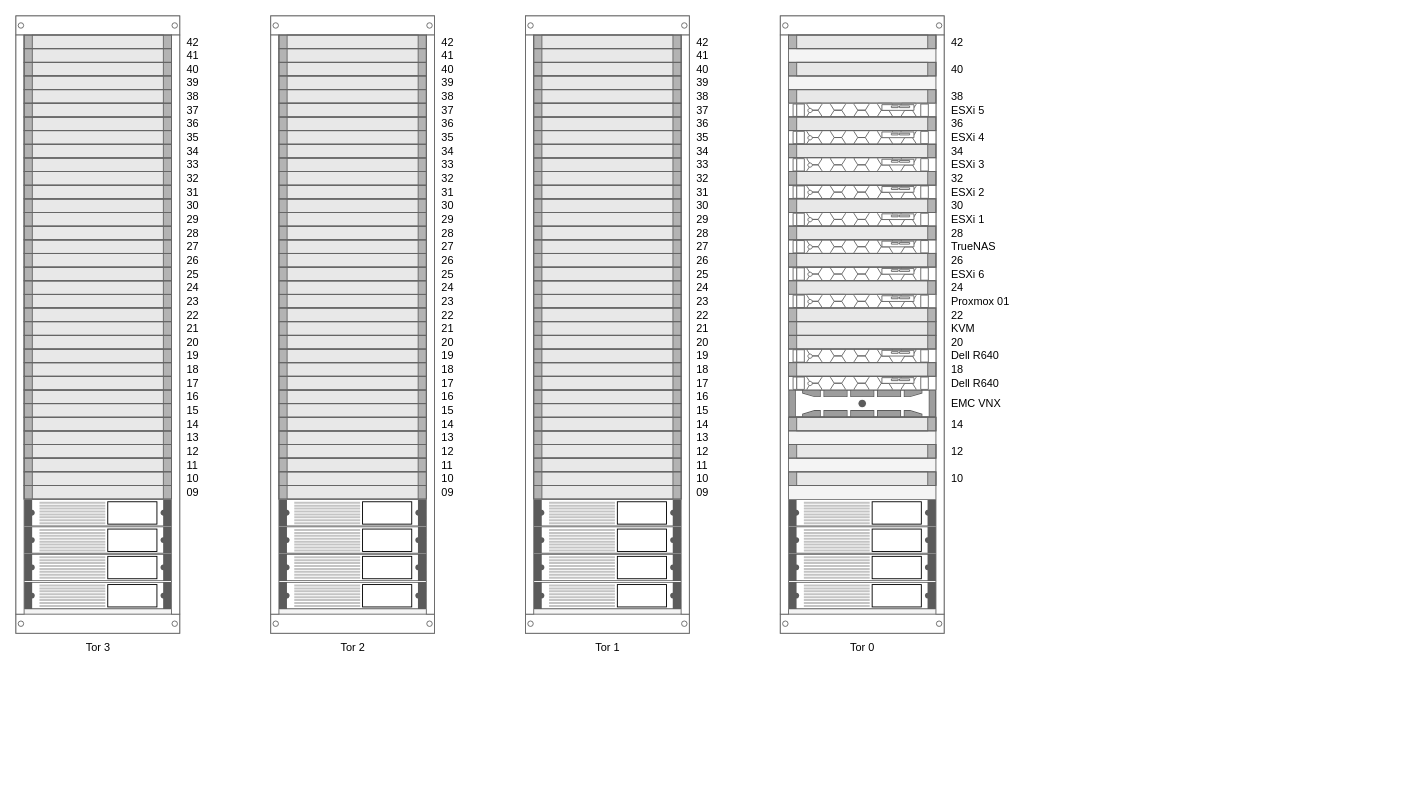
Earlier version of the draw.io diagram siteCultura.drawio (incognia/Cultura). Source tidied: cells renumbered, new cells numbered last; positions are measured from the earlier drawing's top-left corner, leaving out a move shared by most shapes. Both pictures are drawn from the tidied source at 91%, with x=0, y=0 at pixel (15, 15).
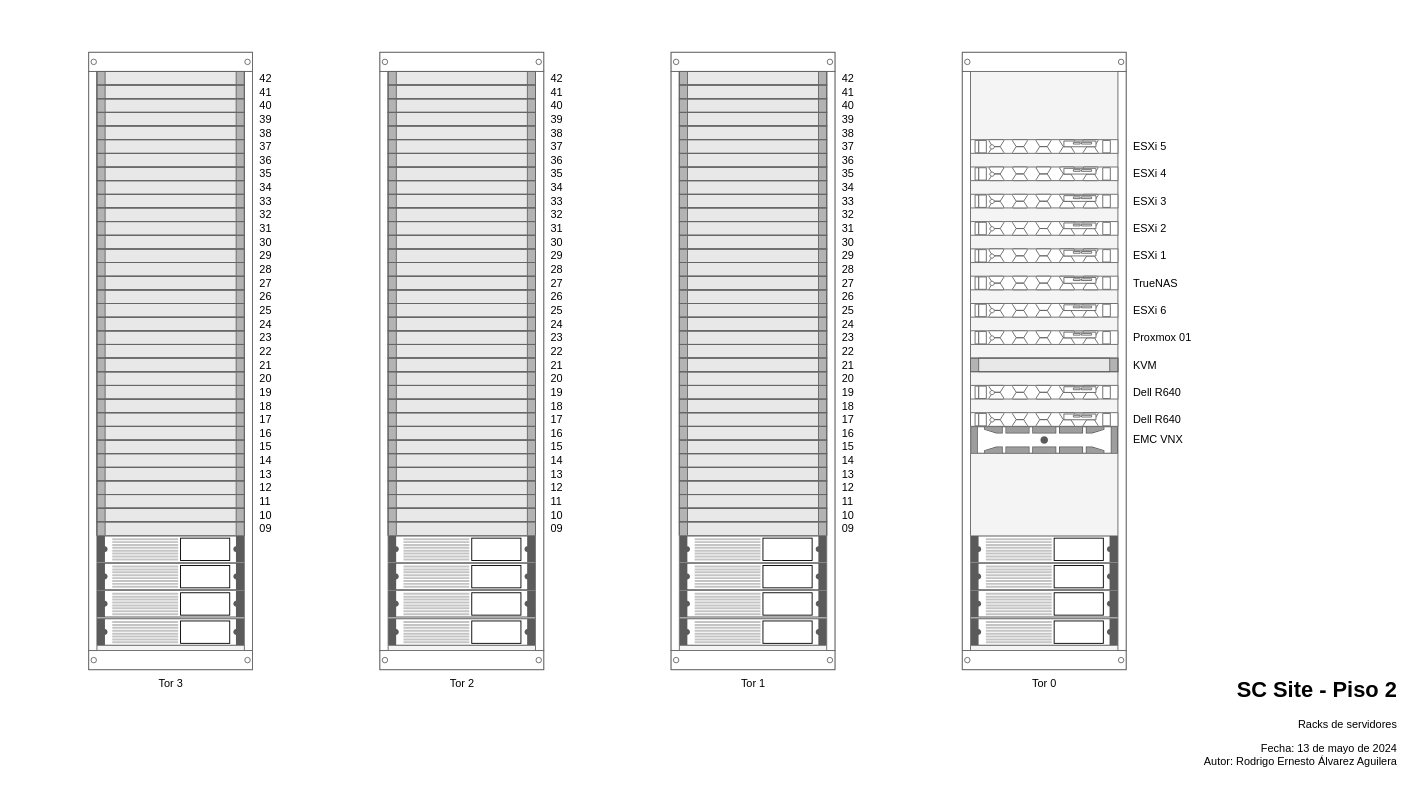
Above is the later version.

Change to the diagram source:
```diff
@@
     <mxCell id="2" value="Tor 3" style="strokeColor=#666666;html=1;verticalLabelPosition=bottom;labelBackgroundColor=#ffffff;verticalAlign=top;shadow=0;dashed=0;shape=mxgraph.rackGeneral.rackCabinet3;fillColor2=#f4f4f4;allowGaps=1;textColor=#666666;numDisp=off;" parent="1" vertex="1">
-      <mxGeometry width="180" height="680" as="geometry" />
+      <mxGeometry x="80" y="40" width="180" height="680" as="geometry" />
     </mxCell>
@@
     <mxCell id="41" value="Tor 2" style="strokeColor=#666666;html=1;verticalLabelPosition=bottom;labelBackgroundColor=#ffffff;verticalAlign=top;shadow=0;dashed=0;shape=mxgraph.rackGeneral.rackCabinet3;fillColor2=#f4f4f4;allowGaps=1;textColor=#666666;numDisp=off;" parent="1" vertex="1">
-      <mxGeometry x="280" width="180" height="680" as="geometry" />
+      <mxGeometry x="400" y="40" width="180" height="680" as="geometry" />
     </mxCell>
@@
     <mxCell id="80" value="Tor 1" style="strokeColor=#666666;html=1;verticalLabelPosition=bottom;labelBackgroundColor=#ffffff;verticalAlign=top;shadow=0;dashed=0;shape=mxgraph.rackGeneral.rackCabinet3;fillColor2=#f4f4f4;allowGaps=1;textColor=#666666;numDisp=off;" parent="1" vertex="1">
-      <mxGeometry x="560" width="180" height="680" as="geometry" />
+      <mxGeometry x="720" y="40" width="180" height="680" as="geometry" />
     </mxCell>
@@
     <mxCell id="119" value="Tor 0" style="strokeColor=#666666;html=1;verticalLabelPosition=bottom;labelBackgroundColor=#ffffff;verticalAlign=top;shadow=0;dashed=0;shape=mxgraph.rackGeneral.rackCabinet3;fillColor2=#f4f4f4;allowGaps=1;textColor=#666666;numDisp=off;" parent="1" vertex="1">
-      <mxGeometry x="840" width="180" height="680" as="geometry" />
+      <mxGeometry x="1040" y="40" width="180" height="680" as="geometry" />
     </mxCell>
-    <mxCell id="120" value="42" style="strokeColor=#666666;html=1;labelPosition=right;align=left;spacingLeft=15;shadow=0;dashed=0;shape=mxgraph.rackGeneral.plate;fillColor=#e8e8e8;" parent="119" vertex="1">
-      <mxGeometry x="9" y="21" width="162" height="15" as="geometry" />
-    </mxCell>
-    <mxCell id="121" value="40" style="strokeColor=#666666;html=1;labelPosition=right;align=left;spacingLeft=15;shadow=0;dashed=0;shape=mxgraph.rackGeneral.plate;fillColor=#e8e8e8;" parent="119" vertex="1">
-      <mxGeometry x="9" y="51" width="162" height="15" as="geometry" />
-    </mxCell>
-    <mxCell id="122" value="38" style="strokeColor=#666666;html=1;labelPosition=right;align=left;spacingLeft=15;shadow=0;dashed=0;shape=mxgraph.rackGeneral.plate;fillColor=#e8e8e8;" parent="119" vertex="1">
-      <mxGeometry x="9" y="81" width="162" height="15" as="geometry" />
-    </mxCell>
@@
-    <mxCell id="125" value="34" style="strokeColor=#666666;html=1;labelPosition=right;align=left;spacingLeft=15;shadow=0;dashed=0;shape=mxgraph.rackGeneral.plate;fillColor=#e8e8e8;" parent="119" vertex="1">
-      <mxGeometry x="9" y="141" width="162" height="15" as="geometry" />
-    </mxCell>
-    <mxCell id="126" value="36" style="strokeColor=#666666;html=1;labelPosition=right;align=left;spacingLeft=15;shadow=0;dashed=0;shape=mxgraph.rackGeneral.plate;fillColor=#e8e8e8;" parent="119" vertex="1">
-      <mxGeometry x="9" y="111" width="162" height="15" as="geometry" />
-    </mxCell>
@@
-    <mxCell id="132" value="24" style="strokeColor=#666666;html=1;labelPosition=right;align=left;spacingLeft=15;shadow=0;dashed=0;shape=mxgraph.rackGeneral.plate;fillColor=#e8e8e8;" parent="119" vertex="1">
-      <mxGeometry x="9" y="291" width="162" height="15" as="geometry" />
-    </mxCell>
-    <mxCell id="133" value="26" style="strokeColor=#666666;html=1;labelPosition=right;align=left;spacingLeft=15;shadow=0;dashed=0;shape=mxgraph.rackGeneral.plate;fillColor=#e8e8e8;" parent="119" vertex="1">
-      <mxGeometry x="9" y="261" width="162" height="15" as="geometry" />
-    </mxCell>
-    <mxCell id="134" value="28" style="strokeColor=#666666;html=1;labelPosition=right;align=left;spacingLeft=15;shadow=0;dashed=0;shape=mxgraph.rackGeneral.plate;fillColor=#e8e8e8;" parent="119" vertex="1">
-      <mxGeometry x="9" y="231" width="162" height="15" as="geometry" />
-    </mxCell>
-    <mxCell id="135" value="30" style="strokeColor=#666666;html=1;labelPosition=right;align=left;spacingLeft=15;shadow=0;dashed=0;shape=mxgraph.rackGeneral.plate;fillColor=#e8e8e8;" parent="119" vertex="1">
-      <mxGeometry x="9" y="201" width="162" height="15" as="geometry" />
-    </mxCell>
-    <mxCell id="136" value="32" style="strokeColor=#666666;html=1;labelPosition=right;align=left;spacingLeft=15;shadow=0;dashed=0;shape=mxgraph.rackGeneral.plate;fillColor=#e8e8e8;" parent="119" vertex="1">
-      <mxGeometry x="9" y="171" width="162" height="15" as="geometry" />
-    </mxCell>
@@
-    <mxCell id="138" value="22" style="strokeColor=#666666;html=1;labelPosition=right;align=left;spacingLeft=15;shadow=0;dashed=0;shape=mxgraph.rackGeneral.plate;fillColor=#e8e8e8;" parent="119" vertex="1">
-      <mxGeometry x="9" y="321" width="162" height="15" as="geometry" />
-    </mxCell>
@@
-    <mxCell id="142" value="14" style="strokeColor=#666666;html=1;labelPosition=right;align=left;spacingLeft=15;shadow=0;dashed=0;shape=mxgraph.rackGeneral.plate;fillColor=#e8e8e8;" parent="119" vertex="1">
-      <mxGeometry x="9" y="441" width="162" height="15" as="geometry" />
-    </mxCell>
-    <mxCell id="143" value="18" style="strokeColor=#666666;html=1;labelPosition=right;align=left;spacingLeft=15;shadow=0;dashed=0;shape=mxgraph.rackGeneral.plate;fillColor=#e8e8e8;" parent="119" vertex="1">
-      <mxGeometry x="9" y="381" width="162" height="15" as="geometry" />
-    </mxCell>
-    <mxCell id="144" value="20" style="strokeColor=#666666;html=1;labelPosition=right;align=left;spacingLeft=15;shadow=0;dashed=0;shape=mxgraph.rackGeneral.plate;fillColor=#e8e8e8;" parent="119" vertex="1">
-      <mxGeometry x="9" y="351" width="162" height="15" as="geometry" />
-    </mxCell>
@@
-    <mxCell id="146" value="12" style="strokeColor=#666666;html=1;labelPosition=right;align=left;spacingLeft=15;shadow=0;dashed=0;shape=mxgraph.rackGeneral.plate;fillColor=#e8e8e8;" parent="119" vertex="1">
-      <mxGeometry x="9" y="471" width="162" height="15" as="geometry" />
-    </mxCell>
-    <mxCell id="147" value="10" style="strokeColor=#666666;html=1;labelPosition=right;align=left;spacingLeft=15;shadow=0;dashed=0;shape=mxgraph.rackGeneral.plate;fillColor=#e8e8e8;" parent="119" vertex="1">
-      <mxGeometry x="9" y="501" width="162" height="15" as="geometry" />
-    </mxCell>
@@
+    <mxCell id="152" value="&lt;h1 style=&quot;margin-top: 0px;&quot;&gt;SC Site - Piso 2&lt;/h1&gt;&lt;p&gt;Racks de servidores&lt;/p&gt;&lt;p&gt;Fecha: 13 de mayo de 2024&lt;br&gt;&lt;span style=&quot;background-color: initial;&quot;&gt;Autor: Rodrigo Ernesto Álvarez Aguilera&lt;/span&gt;&lt;/p&gt;" style="text;html=1;whiteSpace=wrap;overflow=hidden;rounded=0;fillColor=none;align=right;" parent="1" vertex="1">
+      <mxGeometry x="1280" y="720" width="240" height="120" as="geometry" />
+    </mxCell>
```
